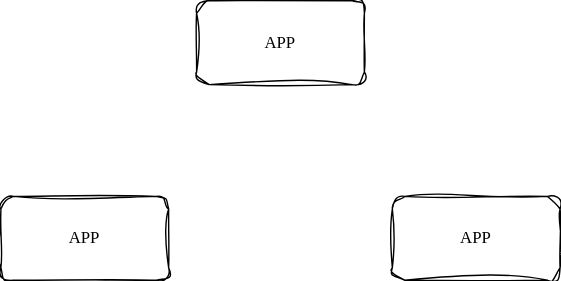
This is SGM_arch.drawio.svg from fox-zhw/UML, a draw.io export, as it was before one commit. Source tidied: cells renumbered, new cells last; positions are measured from the earlier drawing's top-left corner, leaving out a move shared by most shapes.
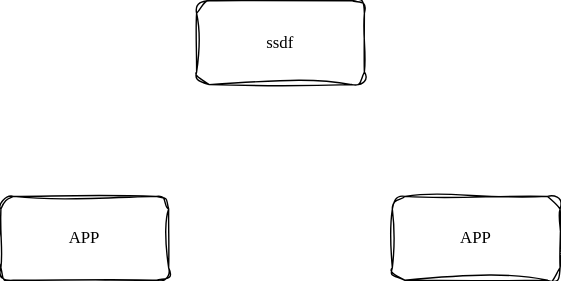
After the change.

Diff of the diagram source:
```diff
@@ -2,7 +2,7 @@
   <root>
     <mxCell id="0" />
     <mxCell id="1" parent="0" />
-    <mxCell id="2" value="APP" style="rounded=1;whiteSpace=wrap;html=1;sketch=1;hachureGap=4;jiggle=2;curveFitting=1;fontFamily=Architects Daughter;fontSource=https%3A%2F%2Ffonts.googleapis.com%2Fcss%3Ffamily%3DArchitects%2BDaughter;" parent="1" vertex="1">
+    <mxCell id="2" value="ssdf" style="rounded=1;whiteSpace=wrap;html=1;sketch=1;hachureGap=4;jiggle=2;curveFitting=1;fontFamily=Architects Daughter;fontSource=https%3A%2F%2Ffonts.googleapis.com%2Fcss%3Ffamily%3DArchitects%2BDaughter;" parent="1" vertex="1">
       <mxGeometry x="140" width="120" height="60" as="geometry" />
     </mxCell>
     <mxCell id="3" value="APP" style="rounded=1;whiteSpace=wrap;html=1;sketch=1;hachureGap=4;jiggle=2;curveFitting=1;fontFamily=Architects Daughter;fontSource=https%3A%2F%2Ffonts.googleapis.com%2Fcss%3Ffamily%3DArchitects%2BDaughter;" parent="1" vertex="1">
```
